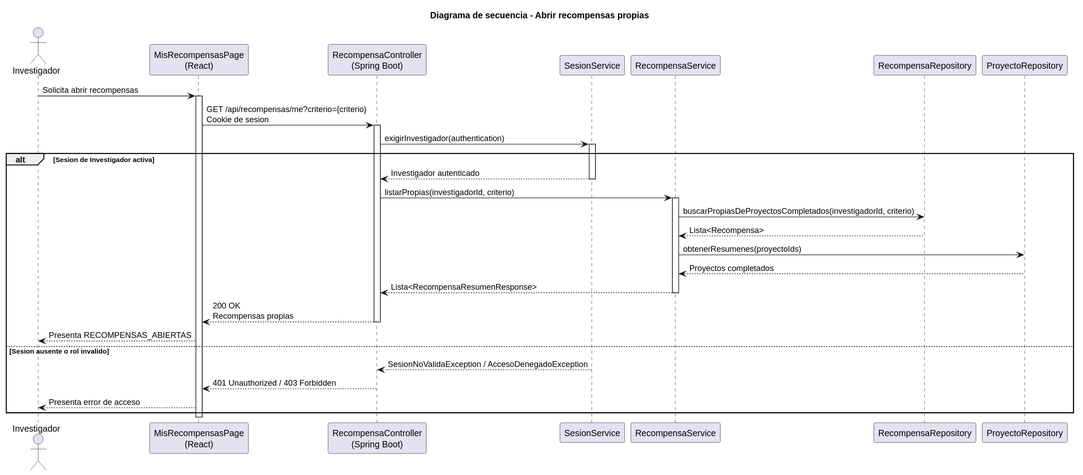
Earlier version of the PlantUML export images/RUP/02-diseño/casos-uso/investigador/abrirRecompensas/secuencia.svg (beatriizorozco/25-26-idsw2-sdVC). The source it was exported from:
```plantuml
@startuml
title Diagrama de secuencia - Abrir recompensas propias

actor Investigador
participant "MisRecompensasPage\n(React)" as Frontend
participant "RecompensaController\n(Spring Boot)" as Api
participant "SesionService" as Sesion
participant "RecompensaService" as Service
participant "RecompensaRepository" as Repo
participant "ProyectoRepository" as ProyectoRepo

Investigador -> Frontend: Solicita abrir recompensas
activate Frontend
Frontend -> Api: GET /api/recompensas/me?criterio={criterio}\nCookie de sesion
activate Api
Api -> Sesion: exigirInvestigador(authentication)
activate Sesion
alt Sesion de Investigador activa
    Sesion --> Api: Investigador autenticado
    deactivate Sesion
    Api -> Service: listarPropias(investigadorId, criterio)
    activate Service
    Service -> Repo: buscarPropiasDeProyectosCompletados(investigadorId, criterio)
    Repo --> Service: Lista<Recompensa>
    Service -> ProyectoRepo: obtenerResumenes(proyectoIds)
    ProyectoRepo --> Service: Proyectos completados
    Service --> Api: Lista<RecompensaResumenResponse>
    deactivate Service
    Api --> Frontend: 200 OK\nRecompensas propias
    deactivate Api
    Frontend --> Investigador: Presenta RECOMPENSAS_ABIERTAS
else Sesion ausente o rol invalido
    Sesion --> Api: SesionNoValidaException / AccesoDenegadoException
    deactivate Sesion
    Api --> Frontend: 401 Unauthorized / 403 Forbidden
    deactivate Api
    Frontend --> Investigador: Presenta error de acceso
end
deactivate Frontend
@enduml
```
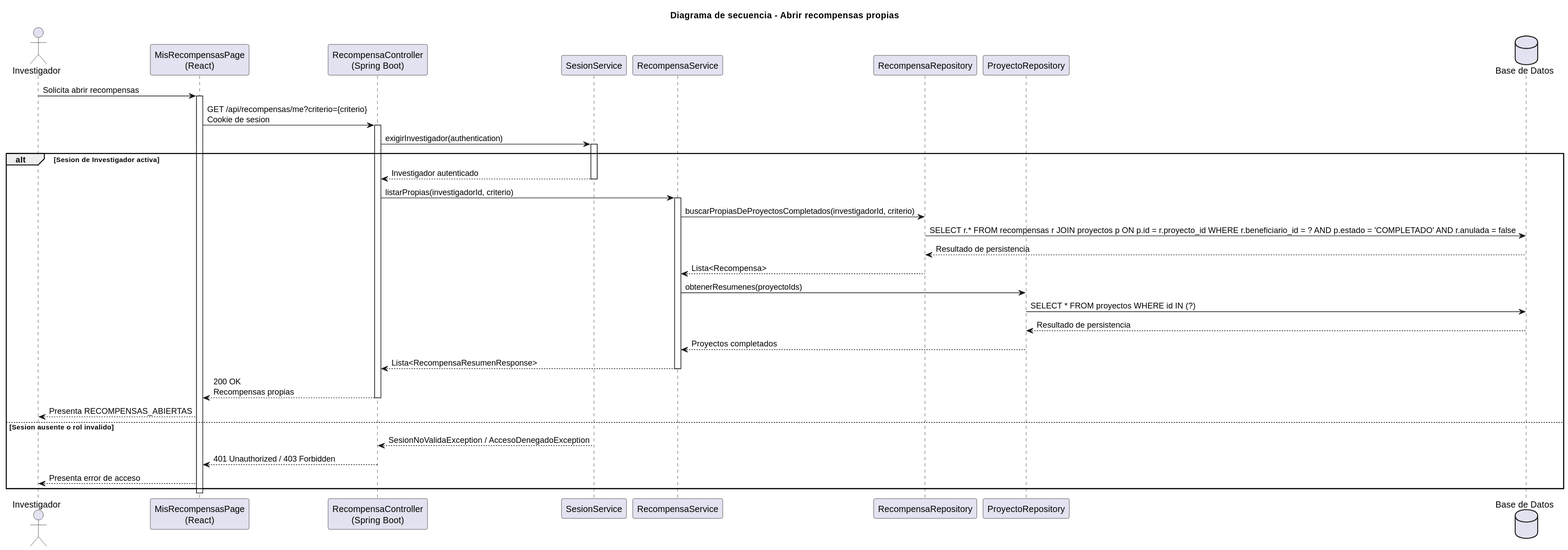
After the change.

Diff of the diagram source:
```diff
@@ -8,6 +8,7 @@
 participant "RecompensaService" as Service
 participant "RecompensaRepository" as Repo
 participant "ProyectoRepository" as ProyectoRepo
+database "Base de Datos" as DB
 
 Investigador -> Frontend: Solicita abrir recompensas
 activate Frontend
@@ -21,8 +22,12 @@
     Api -> Service: listarPropias(investigadorId, criterio)
     activate Service
     Service -> Repo: buscarPropiasDeProyectosCompletados(investigadorId, criterio)
+    Repo -> DB: SELECT r.* FROM recompensas r JOIN proyectos p ON p.id = r.proyecto_id WHERE r.beneficiario_id = ? AND p.estado = 'COMPLETADO' AND r.anulada = false
+    DB --> Repo: Resultado de persistencia
     Repo --> Service: Lista<Recompensa>
     Service -> ProyectoRepo: obtenerResumenes(proyectoIds)
+    ProyectoRepo -> DB: SELECT * FROM proyectos WHERE id IN (?)
+    DB --> ProyectoRepo: Resultado de persistencia
     ProyectoRepo --> Service: Proyectos completados
     Service --> Api: Lista<RecompensaResumenResponse>
     deactivate Service
```
